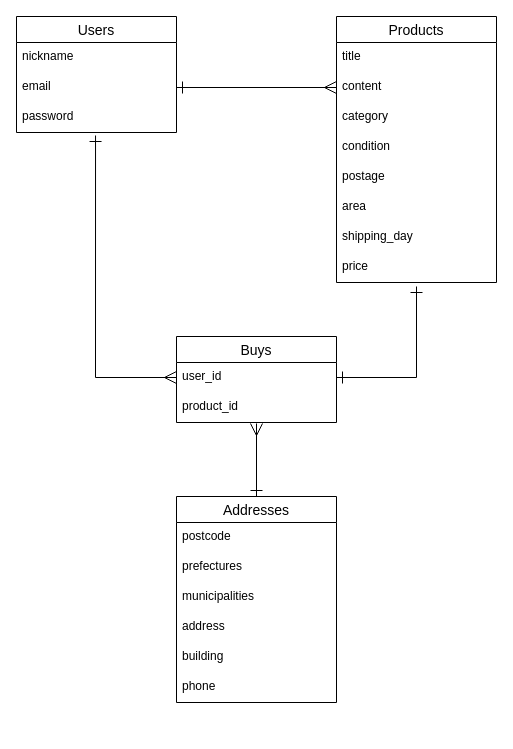
miki0221/furima-38086 keeps this draw.io diagram as ER.dio. Above is the earlier version. Source tidied: cells renumbered, new cells numbered last; positions are measured from the earlier drawing's top-left corner, leaving out a move shared by most shapes. Both pictures are drawn from the tidied source at 100%, with x=0, y=0 at pixel (16, 16).
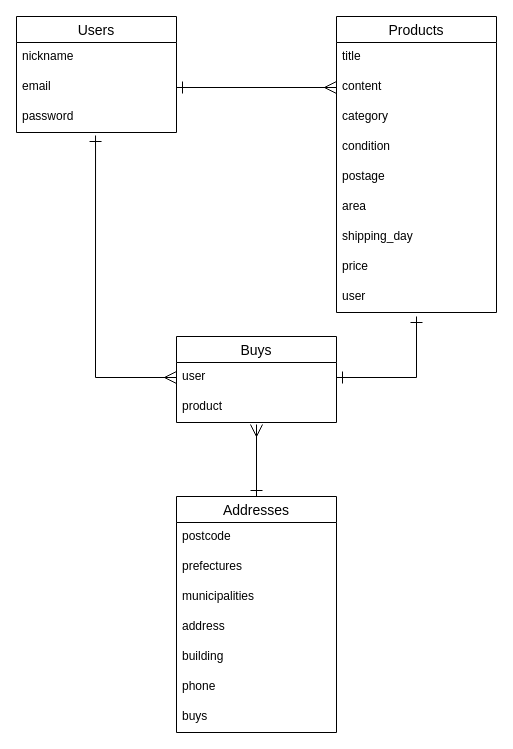
The same page after the edit.

Commit message:
カラム名の追加・修正

Unchanged cells that the change refers to:
```xml
<mxCell id="16" value="Buys" style="swimlane;fontStyle=0;horizontal=1;startSize=26;align=center;fontSize=14;" parent="1" vertex="1">
  <mxGeometry x="160" y="320" width="160" height="86" as="geometry" />
</mxCell>
```

The edit, as a diff of the source:
```diff
@@
     <mxCell id="6" value="Products" style="swimlane;fontStyle=0;horizontal=1;startSize=26;align=center;fontSize=14;" parent="1" vertex="1">
-      <mxGeometry x="320" width="160" height="266" as="geometry" />
+      <mxGeometry x="320" width="160" height="296" as="geometry" />
     </mxCell>
@@
+    <mxCell id="29" value="user" style="text;strokeColor=none;fillColor=none;spacingLeft=4;spacingRight=4;overflow=hidden;fontSize=12;" parent="6" vertex="1">
+      <mxGeometry y="266" width="160" height="30" as="geometry" />
+    </mxCell>
@@
-    <mxCell id="17" value="user_id" style="text;strokeColor=none;fillColor=none;spacingLeft=4;spacingRight=4;overflow=hidden;points=[[0,0.5],[1,0.5]];portConstraint=eastwest;fontSize=12;" parent="16" vertex="1">
+    <mxCell id="17" value="user" style="text;strokeColor=none;fillColor=none;spacingLeft=4;spacingRight=4;overflow=hidden;points=[[0,0.5],[1,0.5]];portConstraint=eastwest;fontSize=12;" parent="16" vertex="1">
       <mxGeometry y="26" width="160" height="30" as="geometry" />
     </mxCell>
-    <mxCell id="18" value="product_id" style="text;strokeColor=none;fillColor=none;spacingLeft=4;spacingRight=4;overflow=hidden;points=[[0,0.5],[1,0.5]];portConstraint=eastwest;fontSize=12;" parent="16" vertex="1">
+    <mxCell id="18" value="product" style="text;strokeColor=none;fillColor=none;spacingLeft=4;spacingRight=4;overflow=hidden;points=[[0,0.5],[1,0.5]];portConstraint=eastwest;fontSize=12;" parent="16" vertex="1">
       <mxGeometry y="56" width="160" height="30" as="geometry" />
     </mxCell>
@@
     <mxCell id="20" style="edgeStyle=none;html=1;exitX=1;exitY=0.5;exitDx=0;exitDy=0;startArrow=ERone;startFill=0;endArrow=ERone;endFill=0;rounded=0;endSize=10;startSize=10;" parent="1" edge="1" source="17">
       <mxGeometry relative="1" as="geometry">
-        <mxPoint x="400" y="270" as="targetPoint" />
+        <mxPoint x="400" y="300" as="targetPoint" />
         <Array as="points">
           <mxPoint x="400" y="361" />
         </Array>
       </mxGeometry>
     </mxCell>
-    <mxCell id="21" style="edgeStyle=none;html=1;exitX=0.5;exitY=0;exitDx=0;exitDy=0;entryX=0.5;entryY=1.033;entryDx=0;entryDy=0;entryPerimeter=0;startArrow=ERone;startFill=0;endArrow=ERmany;endFill=0;endSize=10;startSize=10;" parent="1" edge="1" source="22" target="18">
+    <mxCell id="21" style="edgeStyle=none;html=1;exitX=0.5;exitY=0;exitDx=0;exitDy=0;entryX=0.5;entryY=1.033;entryDx=0;entryDy=0;entryPerimeter=0;startArrow=ERone;startFill=0;endArrow=ERmany;endFill=0;endSize=10;startSize=10;" parent="1" edge="1" target="18">
       <mxGeometry relative="1" as="geometry" />
     </mxCell>
+    <mxCell id="30" style="edgeStyle=none;html=1;exitX=0.5;exitY=0;exitDx=0;exitDy=0;entryX=0.5;entryY=1.067;entryDx=0;entryDy=0;entryPerimeter=0;endSize=10;startSize=10;endArrow=ERmany;endFill=0;startArrow=ERone;startFill=0;" parent="1" edge="1" source="22" target="18">
+      <mxGeometry relative="1" as="geometry" />
+    </mxCell>
     <mxCell id="22" value="Addresses" style="swimlane;fontStyle=0;horizontal=1;startSize=26;align=center;fontSize=14;" parent="1" vertex="1">
-      <mxGeometry x="160" y="480" width="160" height="206" as="geometry" />
+      <mxGeometry x="160" y="480" width="160" height="236" as="geometry" />
     </mxCell>
@@
+    <mxCell id="31" value="buys" style="text;strokeColor=none;fillColor=none;spacingLeft=4;spacingRight=4;overflow=hidden;fontSize=12;" parent="22" vertex="1">
+      <mxGeometry y="206" width="160" height="30" as="geometry" />
+    </mxCell>
```
